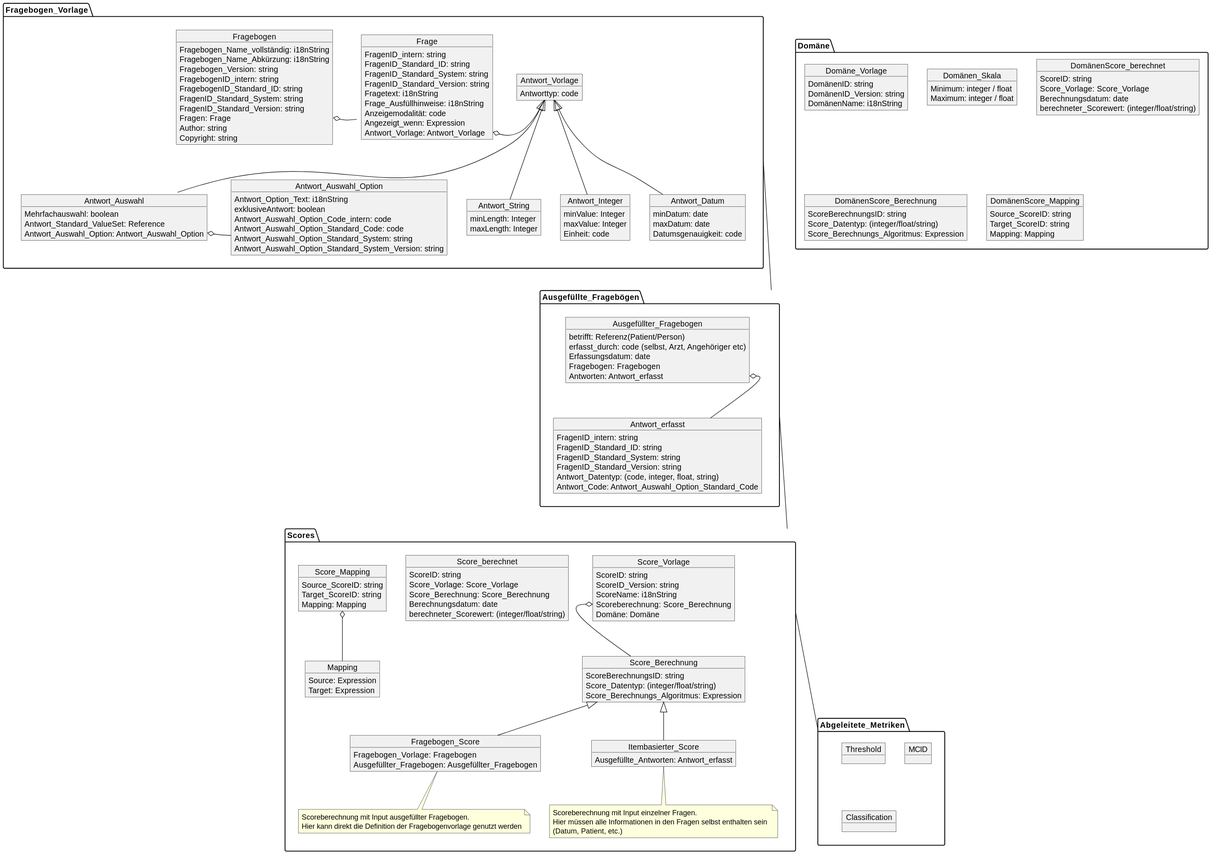
This is out/Logical_Model_UML_q-based copy/MII_PROMs_Fragebögen.svg from medizininformatik-initiative/kerndatensatzmodul-proms, a PlantUML export, as it was before one commit.
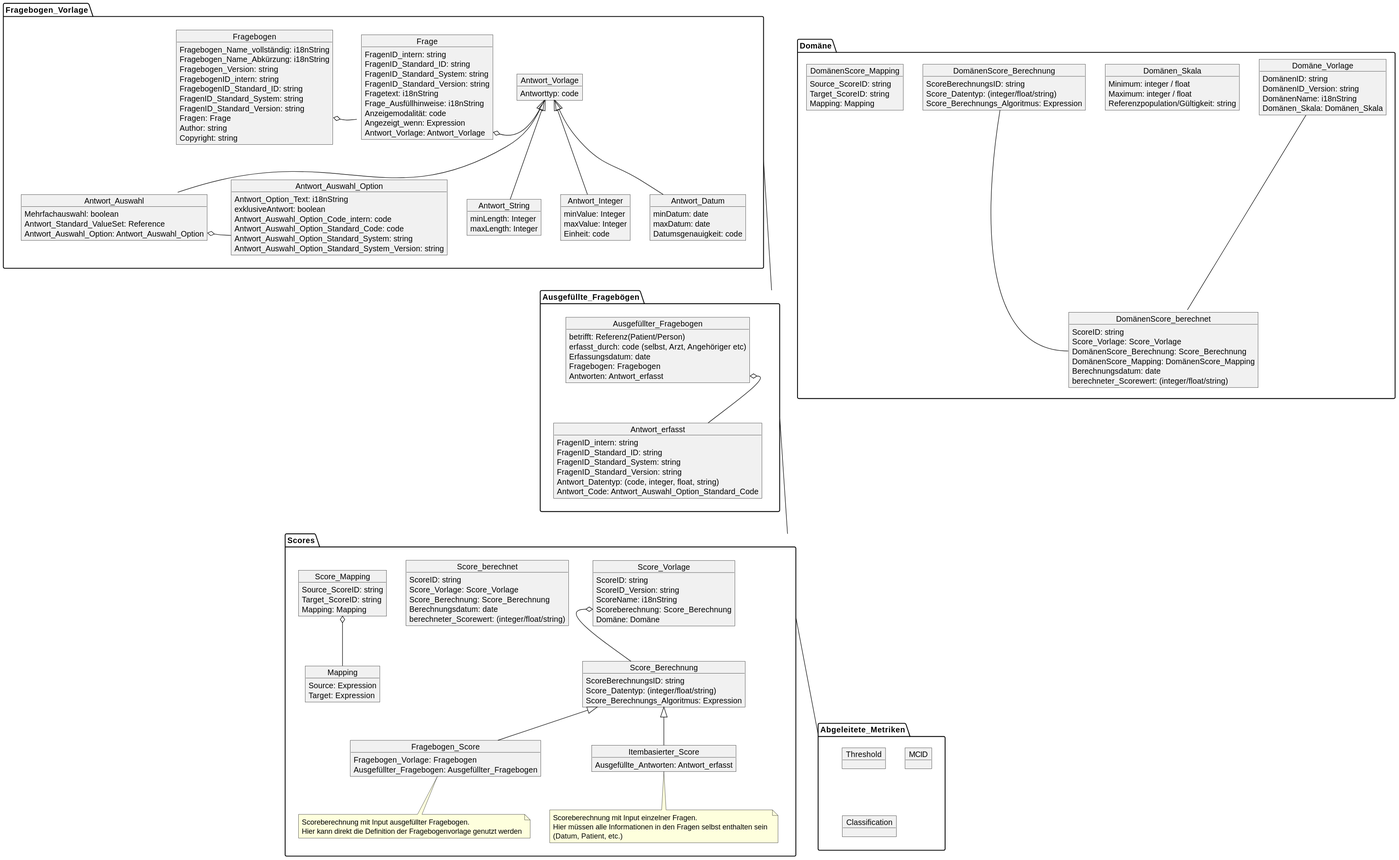
Above is the later version.

Commit message:
adjusted logical model

What changed in the source:
```diff
@@ -152,25 +152,26 @@
         Target: Expression
     }
     Score_Mapping o-- Mapping
-
-
 }
 package Domäne {
     object Domäne_Vorlage {
         DomänenID: string
         DomänenID_Version: string
         DomänenName: i18nString
+        Domänen_Skala: Domänen_Skala
     }
     object Domänen_Skala {
         Minimum: integer / float
         Maximum: integer / float
+        Referenzpopulation/Gültigkeit: string
 
     }
-
 
     object DomänenScore_berechnet {
         ScoreID: string
         Score_Vorlage: Score_Vorlage
+        DomänenScore_Berechnung: Score_Berechnung
+        DomänenScore_Mapping: DomänenScore_Mapping
         Berechnungsdatum: date
         berechneter_Scorewert: (integer/float/string)
     }
@@ -186,6 +187,8 @@
         Mapping: Mapping
     }
 }
+Domäne_Vorlage --- DomänenScore_berechnet
+DomänenScore_Berechnung --- DomänenScore_berechnet::DomänenScore_Berechnung
 
 package Abgeleitete_Metriken {
     object Threshold
```
